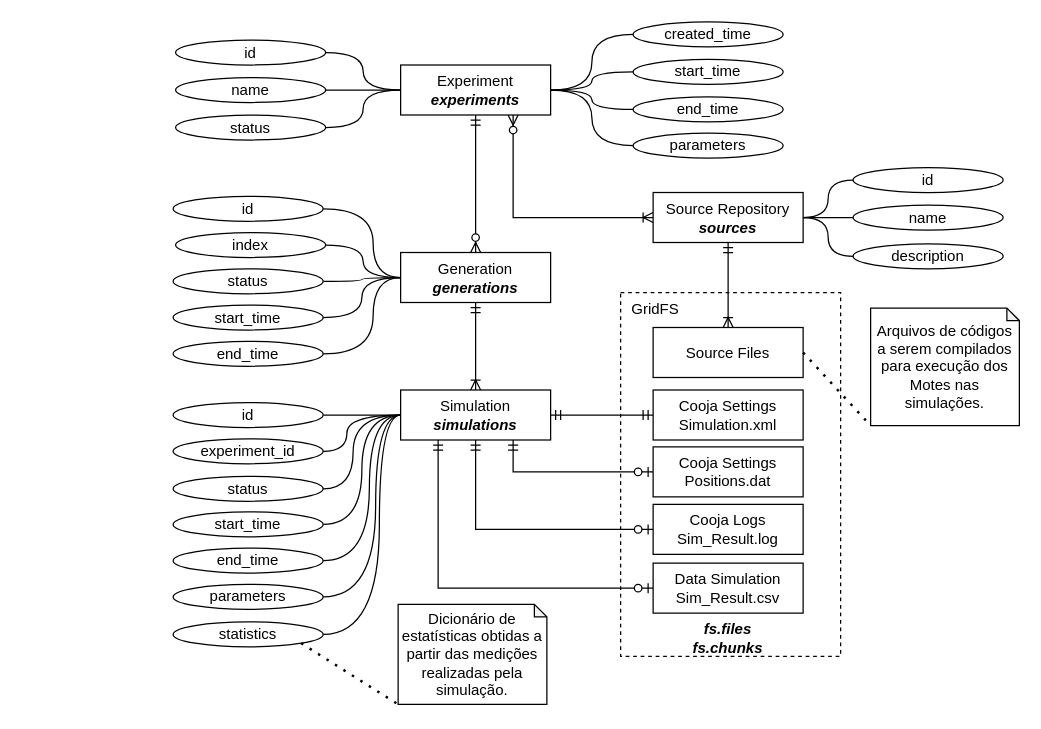
This is page "ER" (2 of 6) of docs/diagrams/diagrams.drawio from JunioCesarFerreira/simlab, a draw.io file, before an edit. Source tidied: cells renumbered, new cells numbered last; positions are measured from the earlier drawing's top-left corner, leaving out a move shared by most shapes. Both pictures are drawn from the tidied source at 125%, with x=0, y=0 at pixel (172, 21).
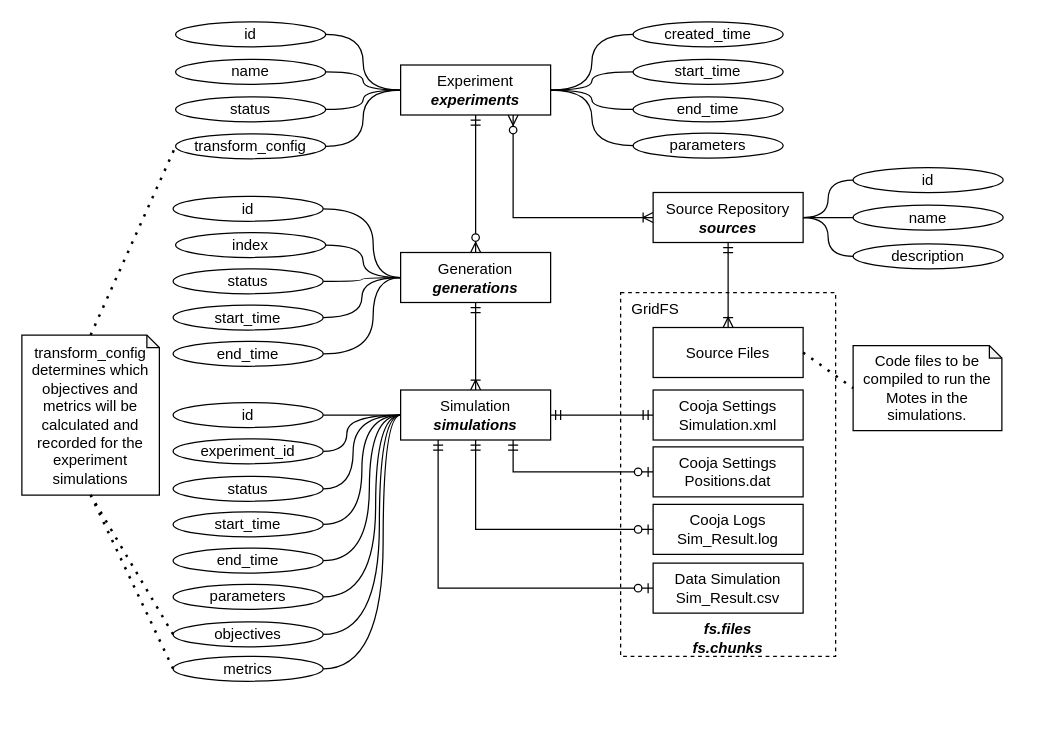
The same page after the edit.

Unchanged cells that the change refers to:
```xml
<mxCell id="4" value="Experiment&lt;br&gt;&lt;b&gt;&lt;i&gt;experiments&lt;/i&gt;&lt;/b&gt;" style="rounded=0;whiteSpace=wrap;html=1;" parent="1" vertex="1">
  <mxGeometry x="182" y="34.5" width="120" height="40" as="geometry" />
</mxCell>
<mxCell id="8" value="Simulation&lt;br&gt;&lt;b&gt;&lt;i&gt;simulations&lt;/i&gt;&lt;/b&gt;" style="rounded=0;whiteSpace=wrap;html=1;" parent="1" vertex="1">
  <mxGeometry x="182" y="294.5" width="120" height="40" as="geometry" />
</mxCell>
<mxCell id="35" value="Source Files" style="rounded=0;whiteSpace=wrap;html=1;" parent="1" vertex="1">
  <mxGeometry x="384" y="244.5" width="120" height="40" as="geometry" />
</mxCell>
```

What changed in the source:
```diff
@@
     <mxCell id="2" style="rounded=0;whiteSpace=wrap;html=1;dashed=1;fillColor=none;" parent="1" vertex="1">
-      <mxGeometry x="358" y="216.5" width="176" height="291" as="geometry" />
+      <mxGeometry x="358" y="216.5" width="172" height="291" as="geometry" />
     </mxCell>
@@
     <mxCell id="10" value="id" style="ellipse;whiteSpace=wrap;html=1;" parent="1" vertex="1">
-      <mxGeometry x="2" y="14.5" width="120" height="20" as="geometry" />
+      <mxGeometry x="2" width="120" height="20" as="geometry" />
     </mxCell>
@@
     <mxCell id="12" value="name" style="ellipse;whiteSpace=wrap;html=1;" parent="1" vertex="1">
-      <mxGeometry x="2" y="44.5" width="120" height="20" as="geometry" />
+      <mxGeometry x="2" y="30" width="120" height="20" as="geometry" />
     </mxCell>
@@
     <mxCell id="14" value="status" style="ellipse;whiteSpace=wrap;html=1;" parent="1" vertex="1">
-      <mxGeometry x="2" y="74.5" width="120" height="20" as="geometry" />
+      <mxGeometry x="2" y="60" width="120" height="20" as="geometry" />
     </mxCell>
@@
-    <mxCell id="47" value="statistics" style="ellipse;whiteSpace=wrap;html=1;" parent="1" vertex="1">
+    <mxCell id="47" value="objectives" style="ellipse;whiteSpace=wrap;html=1;" parent="1" vertex="1">
       <mxGeometry y="480" width="120" height="20" as="geometry" />
     </mxCell>
@@
-    <mxCell id="66" value="Arquivos de códigos a serem compilados para execução dos Motes nas simulações." style="shape=note;whiteSpace=wrap;html=1;backgroundOutline=1;darkOpacity=0.05;size=10;" parent="1" vertex="1">
-      <mxGeometry x="558" y="229" width="119" height="94" as="geometry" />
+    <mxCell id="66" value="Code files to be compiled to run the Motes in the simulations." style="shape=note;whiteSpace=wrap;html=1;backgroundOutline=1;darkOpacity=0.05;size=10;" parent="1" vertex="1">
+      <mxGeometry x="544" y="259" width="119" height="68" as="geometry" />
     </mxCell>
-    <mxCell id="67" style="endArrow=none;dashed=1;html=1;dashPattern=1 3;strokeWidth=2;entryX=0;entryY=1;entryDx=0;entryDy=0;entryPerimeter=0;exitX=1;exitY=0.5;exitDx=0;exitDy=0;" parent="1" edge="1" source="35" target="66">
+    <mxCell id="67" style="endArrow=none;dashed=1;html=1;dashPattern=1 3;strokeWidth=2;entryX=0;entryY=0.5;entryDx=0;entryDy=0;entryPerimeter=0;exitX=1;exitY=0.5;exitDx=0;exitDy=0;" parent="1" edge="1" source="35" target="66">
       <mxGeometry relative="1" as="geometry" />
     </mxCell>
-    <mxCell id="68" value="Dicionário de estatísticas obtidas a partir das medições realizadas pela simulação." style="shape=note;whiteSpace=wrap;html=1;backgroundOutline=1;darkOpacity=0.05;size=10;" parent="1" vertex="1">
-      <mxGeometry x="180" y="466" width="119" height="80" as="geometry" />
-    </mxCell>
-    <mxCell id="69" style="endArrow=none;dashed=1;html=1;dashPattern=1 3;strokeWidth=2;entryX=0;entryY=1;entryDx=0;entryDy=0;entryPerimeter=0;exitX=1;exitY=1;exitDx=0;exitDy=0;" parent="1" edge="1" source="47" target="68">
-      <mxGeometry relative="1" as="geometry" />
-    </mxCell>
+    <mxCell id="70" style="edgeStyle=orthogonalEdgeStyle;rounded=0;jettySize=auto;html=1;exitX=1;exitY=0.5;exitDx=0;exitDy=0;entryX=0;entryY=0.5;entryDx=0;entryDy=0;curved=1;endArrow=none;endFill=0;" parent="1" edge="1" source="71" target="4">
+      <mxGeometry relative="1" as="geometry" />
+    </mxCell>
+    <mxCell id="71" value="transform_config" style="ellipse;whiteSpace=wrap;html=1;" parent="1" vertex="1">
+      <mxGeometry x="2" y="89.5" width="120" height="20" as="geometry" />
+    </mxCell>
+    <mxCell id="72" style="edgeStyle=orthogonalEdgeStyle;curved=1;rounded=0;jettySize=auto;html=1;exitX=1;exitY=0.5;exitDx=0;exitDy=0;entryX=0;entryY=0.5;entryDx=0;entryDy=0;endArrow=none;endFill=0;" parent="1" edge="1" source="73" target="8">
+      <mxGeometry relative="1" as="geometry">
+        <Array as="points">
+          <mxPoint x="168" y="518" />
+          <mxPoint x="168" y="314" />
+        </Array>
+      </mxGeometry>
+    </mxCell>
+    <mxCell id="73" value="metrics" style="ellipse;whiteSpace=wrap;html=1;" parent="1" vertex="1">
+      <mxGeometry y="507.5" width="120" height="20" as="geometry" />
+    </mxCell>
+    <mxCell id="74" value="transform_config determines which objectives and metrics will be calculated and recorded for the experiment simulations" style="shape=note;whiteSpace=wrap;html=1;backgroundOutline=1;darkOpacity=0.05;size=10;" parent="1" vertex="1">
+      <mxGeometry x="-121" y="250.5" width="110" height="128" as="geometry" />
+    </mxCell>
+    <mxCell id="75" style="endArrow=none;dashed=1;html=1;dashPattern=1 3;strokeWidth=2;entryX=0;entryY=0.5;entryDx=0;entryDy=0;exitX=0.5;exitY=0;exitDx=0;exitDy=0;exitPerimeter=0;" parent="1" edge="1" source="74" target="71">
+      <mxGeometry relative="1" as="geometry" />
+    </mxCell>
+    <mxCell id="76" style="endArrow=none;dashed=1;html=1;dashPattern=1 3;strokeWidth=2;entryX=0.5;entryY=1;entryDx=0;entryDy=0;entryPerimeter=0;exitX=0;exitY=0.5;exitDx=0;exitDy=0;" parent="1" edge="1" source="47" target="74">
+      <mxGeometry relative="1" as="geometry" />
+    </mxCell>
+    <mxCell id="77" style="endArrow=none;dashed=1;html=1;dashPattern=1 3;strokeWidth=2;entryX=0.5;entryY=1;entryDx=0;entryDy=0;entryPerimeter=0;exitX=0;exitY=0.5;exitDx=0;exitDy=0;" parent="1" edge="1" source="73" target="74">
+      <mxGeometry relative="1" as="geometry" />
+    </mxCell>
```
